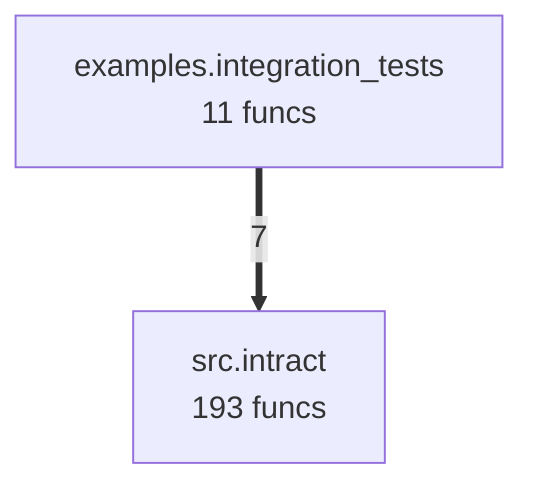
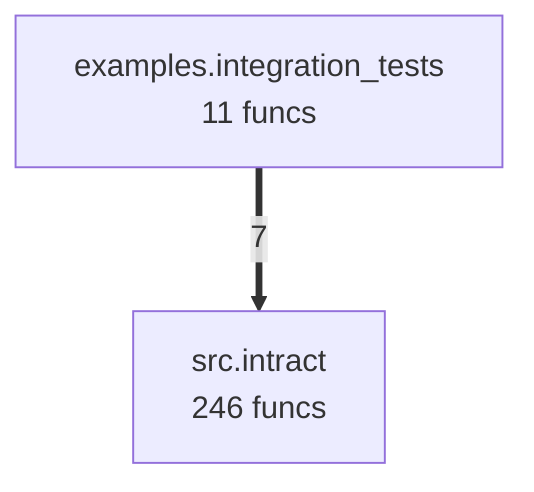
flowchart TD
- %% generated in 0.01s
+ %% generated in 0.02s
    examples__integration_tests["examples.integration_tests<br/>11 funcs"]
-     src__intract["src.intract<br/>193 funcs"]
+     src__intract["src.intract<br/>246 funcs"]
    examples__integration_tests ==>|7| src__intract
